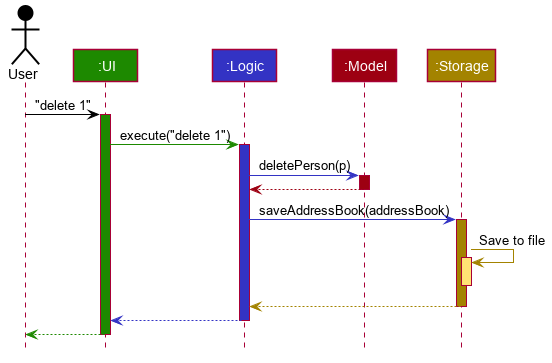
Earlier version of the PlantUML export docs/images/ArchitectureSequenceDiagram.png (nus-cs2103-AY1920S1/addressbook-level3).
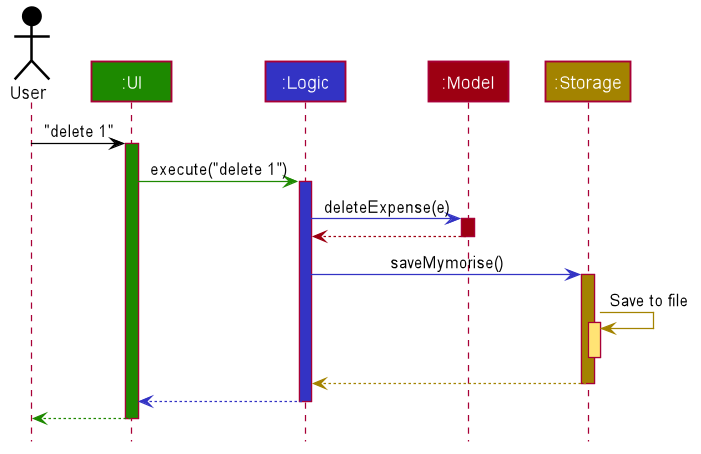
The same diagram one commit later.

Change to the diagram source:
```diff
@@ -60,13 +60,13 @@
 ui -[#1D8900]> logic : execute("delete 1")
 activate logic #3333C4
 
-logic -[#3333C4]> model : deletePerson(p)
+logic -[#3333C4]> model : deleteExpense(e)
 activate model #9D0012
 
 model -[#9D0012]-> logic
 deactivate model
 
-logic -[#3333C4]> storage : saveAddressBook(addressBook)
+logic -[#3333C4]> storage : saveMymorise()
 activate storage #A38300
 
 storage -[#A38300]> storage : Save to file
```
